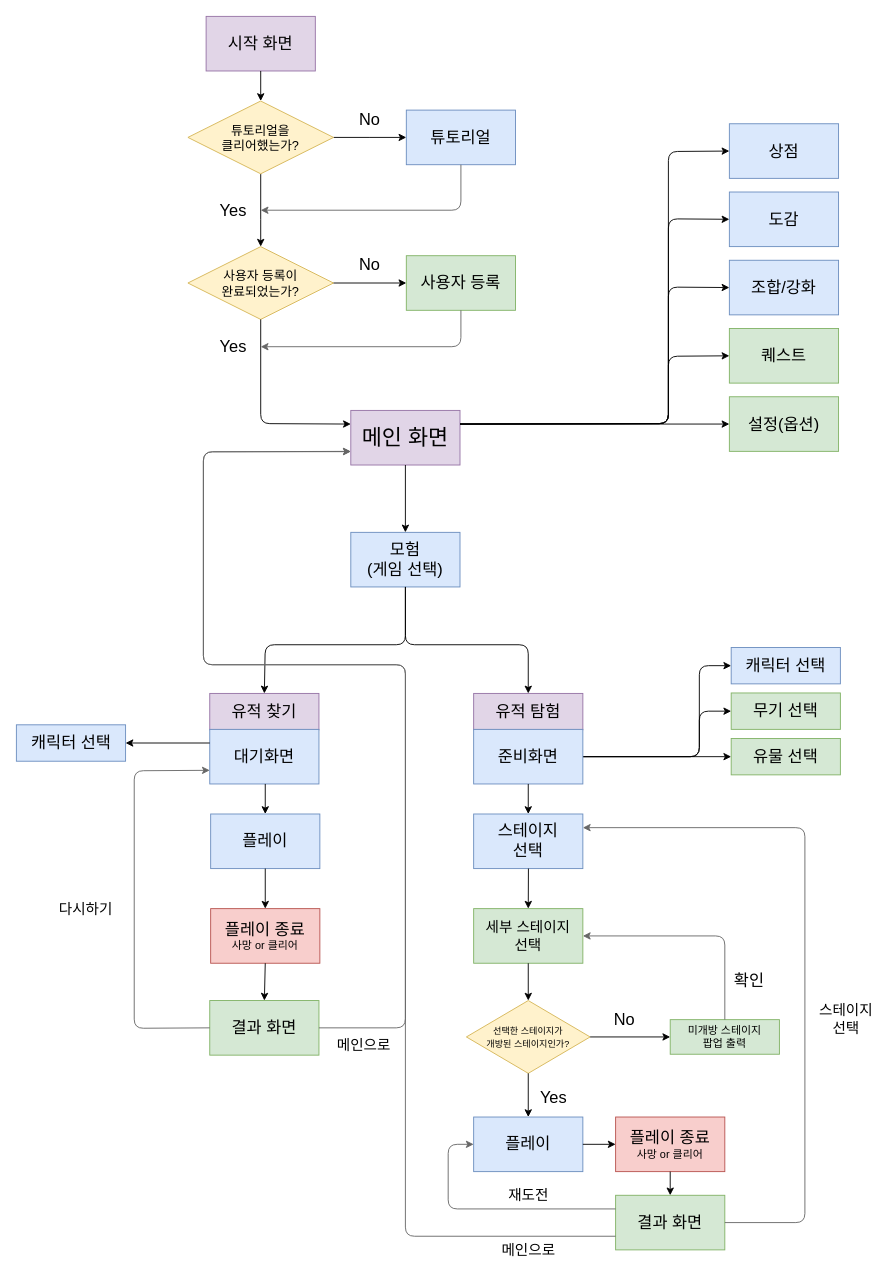
Above: Untitled Diagram.drawio in dinenki71/UI (draw.io), before the change. Source tidied: cells renumbered, new cells numbered last; positions are measured from the earlier drawing's top-left corner, leaving out a move shared by most shapes. Both pictures are drawn from the tidied source at 91%, with x=0, y=0 at pixel (16, 16).
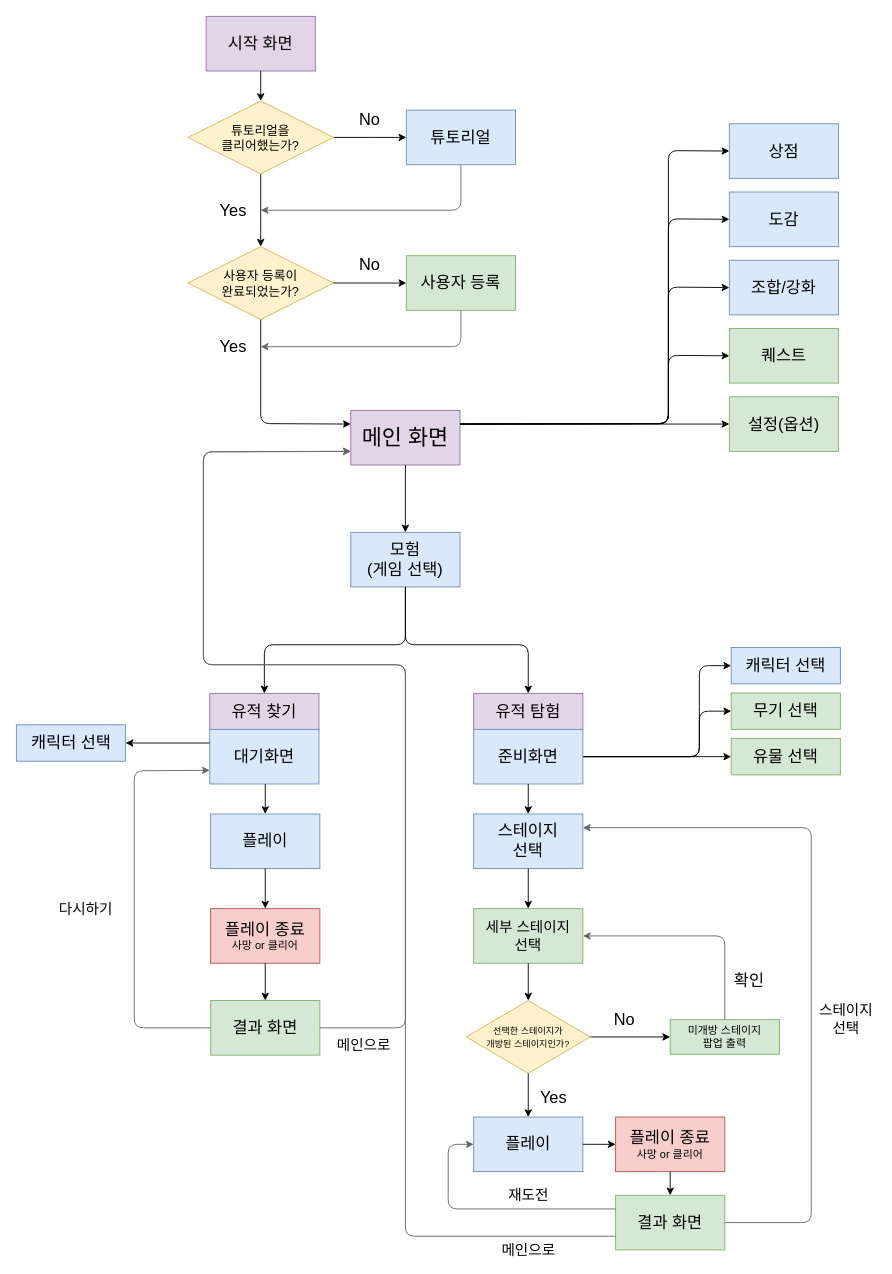
Above is the later version.

Unchanged cells that the change refers to:
```xml
<mxCell id="2" value="&lt;font style=&quot;font-size: 18px&quot;&gt;모험&lt;br&gt;(게임 선택)&lt;br&gt;&lt;/font&gt;" style="rounded=0;whiteSpace=wrap;html=1;fillColor=#dae8fc;strokeColor=#6c8ebf;" parent="1" vertex="1">
  <mxGeometry x="367" y="566.5" width="120" height="60" as="geometry" />
</mxCell>
<mxCell id="14" value="&lt;font style=&quot;font-size: 24px&quot;&gt;메인 화면&lt;/font&gt;" style="rounded=0;whiteSpace=wrap;html=1;fillColor=#e1d5e7;strokeColor=#9673a6;" parent="1" vertex="1">
  <mxGeometry x="367" y="432.5" width="120" height="60" as="geometry" />
</mxCell>
<mxCell id="20" value="&lt;font style=&quot;font-size: 18px&quot;&gt;상점&lt;/font&gt;" style="rounded=0;whiteSpace=wrap;html=1;fillColor=#dae8fc;strokeColor=#6c8ebf;" parent="1" vertex="1">
  <mxGeometry x="783" y="117.5" width="120" height="60" as="geometry" />
</mxCell>
<mxCell id="23" value="&lt;font style=&quot;font-size: 18px&quot;&gt;퀘스트&lt;/font&gt;" style="rounded=0;whiteSpace=wrap;html=1;fillColor=#d5e8d4;strokeColor=#82b366;" parent="1" vertex="1">
  <mxGeometry x="783" y="342.5" width="120" height="60" as="geometry" />
</mxCell>
<mxCell id="25" value="&lt;font style=&quot;font-size: 18px&quot;&gt;유적 찾기&lt;/font&gt;" style="rounded=0;whiteSpace=wrap;html=1;fillColor=#e1d5e7;strokeColor=#9673a6;" parent="1" vertex="1">
  <mxGeometry x="212" y="743.5" width="120" height="40" as="geometry" />
</mxCell>
<mxCell id="27" value="&lt;font style=&quot;font-size: 18px&quot;&gt;스테이지&lt;br&gt;선택&lt;/font&gt;&lt;br&gt;" style="rounded=0;whiteSpace=wrap;html=1;fillColor=#dae8fc;strokeColor=#6c8ebf;" parent="1" vertex="1">
  <mxGeometry x="502" y="876" width="120" height="60" as="geometry" />
</mxCell>
<mxCell id="28" value="&lt;font style=&quot;font-size: 18px&quot;&gt;대기화면&lt;/font&gt;" style="rounded=0;whiteSpace=wrap;html=1;fillColor=#dae8fc;strokeColor=#6c8ebf;" parent="1" vertex="1">
  <mxGeometry x="212" y="783" width="120" height="60" as="geometry" />
</mxCell>
<mxCell id="47" value="&lt;font style=&quot;font-size: 16px&quot;&gt;세부 스테이지&lt;br&gt;선택&lt;/font&gt;&lt;br&gt;" style="rounded=0;whiteSpace=wrap;html=1;fillColor=#d5e8d4;strokeColor=#82b366;" parent="1" vertex="1">
  <mxGeometry x="502" y="980" width="120" height="60" as="geometry" />
</mxCell>
<mxCell id="54" value="&lt;span style=&quot;font-size: 18px&quot;&gt;결과 화면&lt;/span&gt;&lt;br&gt;" style="rounded=0;whiteSpace=wrap;html=1;fillColor=#d5e8d4;strokeColor=#82b366;" parent="1" vertex="1">
  <mxGeometry x="658" y="1295" width="120" height="60" as="geometry" />
</mxCell>
```

Diff of the diagram source:
```diff
@@
-    <mxCell id="32" style="endArrow=classic;html=1;exitX=0.5;exitY=1;exitDx=0;exitDy=0;entryX=0.5;entryY=0;entryDx=0;entryDy=0;" parent="1" edge="1" target="47">
-      <mxGeometry relative="1" as="geometry">
-        <mxPoint x="562.2" y="936" as="sourcePoint" />
-      </mxGeometry>
+    <mxCell id="32" style="endArrow=classic;html=1;entryX=0.5;entryY=0;entryDx=0;entryDy=0;exitX=0.5;exitY=1;exitDx=0;exitDy=0;" parent="1" edge="1" source="27" target="47">
+      <mxGeometry relative="1" as="geometry" />
     </mxCell>
@@
     <mxCell id="36" style="endArrow=classic;html=1;exitX=0.5;exitY=1;exitDx=0;exitDy=0;entryX=0.5;entryY=0;entryDx=0;entryDy=0;" parent="1" edge="1" source="2" target="25">
       <mxGeometry relative="1" as="geometry">
         <Array as="points">
           <mxPoint x="427" y="690" />
-          <mxPoint x="273" y="690" />
+          <mxPoint x="272" y="690" />
         </Array>
       </mxGeometry>
     </mxCell>
@@
     <mxCell id="50" value="&lt;span style=&quot;font-size: 18px&quot;&gt;결과 화면&lt;/span&gt;&lt;br&gt;" style="rounded=0;whiteSpace=wrap;html=1;fillColor=#d5e8d4;strokeColor=#82b366;" parent="1" vertex="1">
-      <mxGeometry x="212" y="1081" width="120" height="60" as="geometry" />
+      <mxGeometry x="213" y="1081" width="120" height="60" as="geometry" />
     </mxCell>
@@
     <mxCell id="52" style="endArrow=classic;html=1;entryX=0;entryY=0.75;entryDx=0;entryDy=0;exitX=0;exitY=0.5;exitDx=0;exitDy=0;fillColor=#f5f5f5;strokeColor=#666666;" parent="1" edge="1" source="50" target="28">
       <mxGeometry relative="1" as="geometry">
         <Array as="points">
-          <mxPoint x="129" y="1111.5" />
+          <mxPoint x="129" y="1111" />
           <mxPoint x="129" y="828.5" />
         </Array>
       </mxGeometry>
     </mxCell>
@@
     <mxCell id="58" style="endArrow=classic;html=1;fillColor=#f5f5f5;strokeColor=#666666;entryX=1;entryY=0.25;entryDx=0;entryDy=0;exitX=1;exitY=0.5;exitDx=0;exitDy=0;" parent="1" edge="1" source="54" target="27">
       <mxGeometry relative="1" as="geometry">
         <Array as="points">
-          <mxPoint x="866" y="1325" />
-          <mxPoint x="866" y="891" />
+          <mxPoint x="873" y="1325" />
+          <mxPoint x="873" y="891" />
         </Array>
       </mxGeometry>
     </mxCell>
@@
     <mxCell id="61" style="endArrow=classic;html=1;exitX=1;exitY=0.25;exitDx=0;exitDy=0;entryX=0;entryY=0.5;entryDx=0;entryDy=0;" parent="1" edge="1" source="14" target="23">
       <mxGeometry relative="1" as="geometry">
         <Array as="points">
           <mxPoint x="716" y="447" />
-          <mxPoint x="716" y="373" />
+          <mxPoint x="716" y="372" />
         </Array>
       </mxGeometry>
     </mxCell>
@@
-    <mxCell id="64" style="endArrow=classic;html=1;entryX=0;entryY=0.5;entryDx=0;entryDy=0;exitX=1;exitY=0.25;exitDx=0;exitDy=0;" parent="1" edge="1" source="14" target="20">
+    <mxCell id="64" style="endArrow=classic;html=1;exitX=1;exitY=0.25;exitDx=0;exitDy=0;entryX=0;entryY=0.5;entryDx=0;entryDy=0;" parent="1" edge="1" source="14" target="20">
       <mxGeometry relative="1" as="geometry">
         <Array as="points">
           <mxPoint x="716" y="447" />
-          <mxPoint x="716" y="148" />
+          <mxPoint x="716" y="147" />
         </Array>
       </mxGeometry>
     </mxCell>
@@
-    <mxCell id="78" style="endArrow=classic;html=1;fillColor=#f5f5f5;strokeColor=#666666;entryX=0;entryY=0.75;entryDx=0;entryDy=0;exitX=0;exitY=0.75;exitDx=0;exitDy=0;" parent="1" edge="1" source="54">
+    <mxCell id="78" style="endArrow=classic;html=1;fillColor=#f5f5f5;strokeColor=#666666;exitX=0;exitY=0.75;exitDx=0;exitDy=0;entryX=0;entryY=0.75;entryDx=0;entryDy=0;" parent="1" edge="1" source="54" target="14">
       <mxGeometry relative="1" as="geometry">
-        <mxPoint x="366.9" y="477.8" as="targetPoint" />
         <Array as="points">
           <mxPoint x="427" y="1340" />
           <mxPoint x="427" y="712" />
           <mxPoint x="205" y="712" />
           <mxPoint x="205" y="478" />
         </Array>
       </mxGeometry>
     </mxCell>
```
